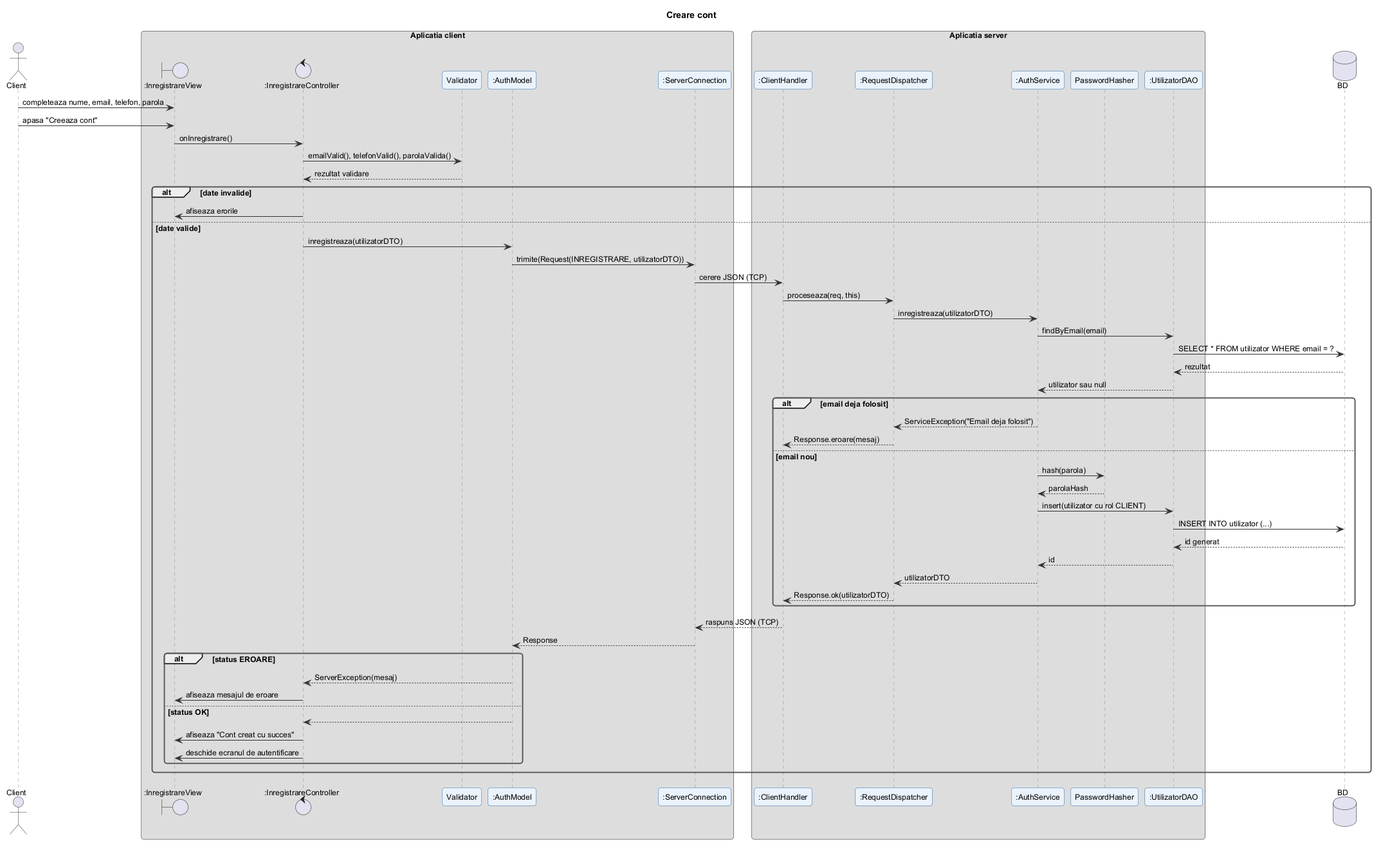
The PlantUML diagram docs/diagrame/6_secventa/creare_cont.png in filip-eanu/ProiectIS, before a commit. Source of this version:
```plantuml
@startuml creare_cont
!include ../_stil.iuml
title Creare cont

actor Client
box "Aplicatia client"
boundary ":InregistrareView" as V
control ":InregistrareController" as C
participant "Validator" as VAL
participant ":AuthModel" as M
participant ":ServerConnection" as SC
end box
box "Aplicatia server"
participant ":ClientHandler" as CH
participant ":RequestDispatcher" as RD
participant ":AuthService" as S
participant "PasswordHasher" as PH
participant ":UtilizatorDAO" as D
end box
database "BD" as DB

Client -> V : completeaza nume, email, telefon, parola
Client -> V : apasa "Creeaza cont"
V -> C : onInregistrare()
C -> VAL : emailValid(), telefonValid(), parolaValida()
VAL --> C : rezultat validare
alt date invalide
  C -> V : afiseaza erorile
else date valide
  C -> M : inregistreaza(utilizatorDTO)
  M -> SC : trimite(Request(INREGISTRARE, utilizatorDTO))
  SC -> CH : cerere JSON (TCP)
  CH -> RD : proceseaza(req, this)
  RD -> S : inregistreaza(utilizatorDTO)
  S -> D : findByEmail(email)
  D -> DB : SELECT * FROM utilizator WHERE email = ?
  DB --> D : rezultat
  D --> S : utilizator sau null
  alt email deja folosit
    S --> RD : ServiceException("Email deja folosit")
    RD --> CH : Response.eroare(mesaj)
  else email nou
    S -> PH : hash(parola)
    PH --> S : parolaHash
    S -> D : insert(utilizator cu rol CLIENT)
    D -> DB : INSERT INTO utilizator (...)
    DB --> D : id generat
    D --> S : id
    S --> RD : utilizatorDTO
    RD --> CH : Response.ok(utilizatorDTO)
  end
  CH --> SC : raspuns JSON (TCP)
  SC --> M : Response
  alt status EROARE
    M --> C : ServerException(mesaj)
    C -> V : afiseaza mesajul de eroare
  else status OK
    M --> C
    C -> V : afiseaza "Cont creat cu succes"
    C -> V : deschide ecranul de autentificare
  end
end
@enduml
```
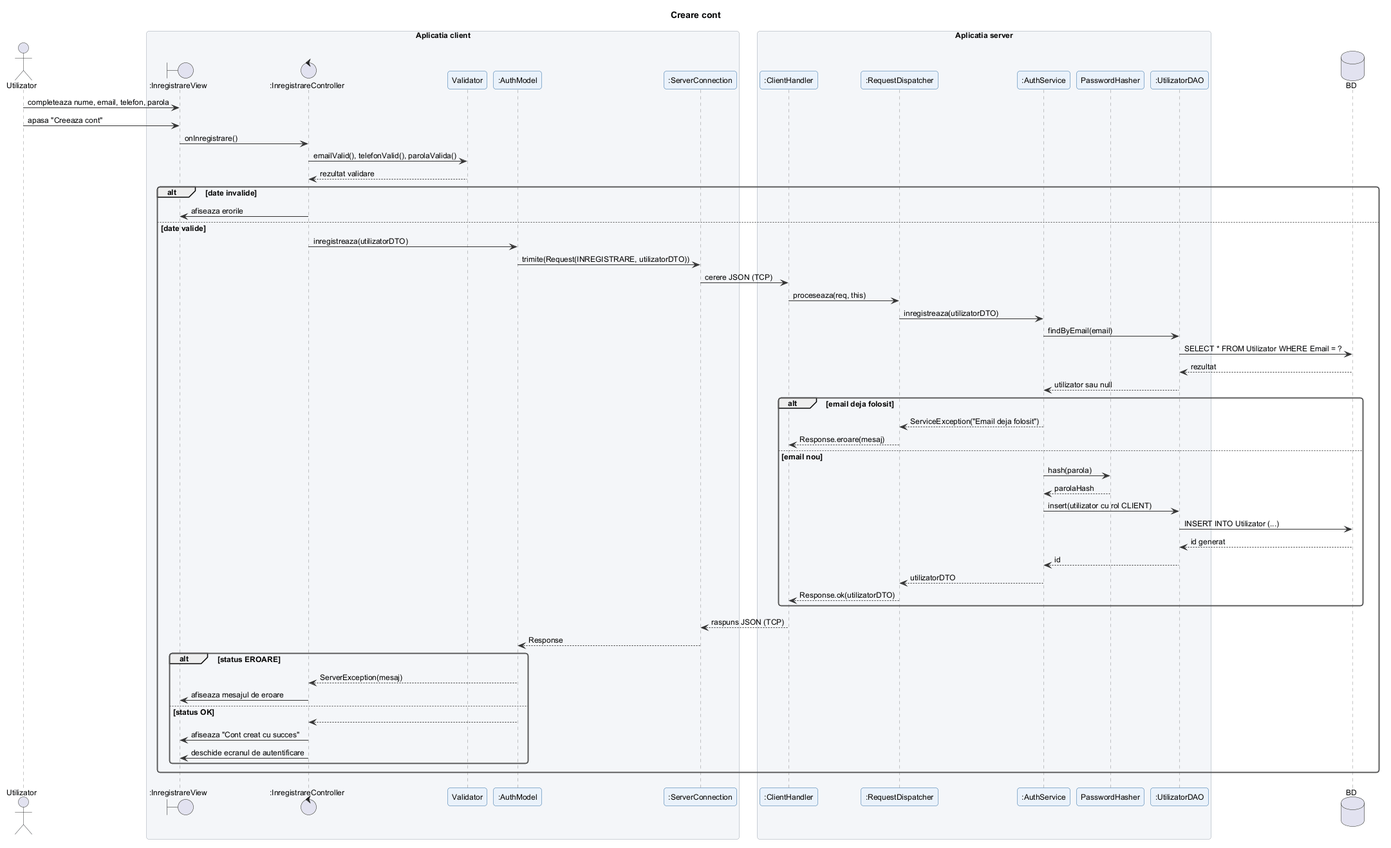
Above is the later version.

Change to the diagram source:
```diff
@@ -2,7 +2,7 @@
 !include ../_stil.iuml
 title Creare cont
 
-actor Client
+actor Utilizator
 box "Aplicatia client"
 boundary ":InregistrareView" as V
 control ":InregistrareController" as C
@@ -19,8 +19,8 @@
 end box
 database "BD" as DB
 
-Client -> V : completeaza nume, email, telefon, parola
-Client -> V : apasa "Creeaza cont"
+Utilizator -> V : completeaza nume, email, telefon, parola
+Utilizator -> V : apasa "Creeaza cont"
 V -> C : onInregistrare()
 C -> VAL : emailValid(), telefonValid(), parolaValida()
 VAL --> C : rezultat validare
@@ -33,7 +33,7 @@
   CH -> RD : proceseaza(req, this)
   RD -> S : inregistreaza(utilizatorDTO)
   S -> D : findByEmail(email)
-  D -> DB : SELECT * FROM utilizator WHERE email = ?
+  D -> DB : SELECT * FROM Utilizator WHERE Email = ?
   DB --> D : rezultat
   D --> S : utilizator sau null
   alt email deja folosit
@@ -43,7 +43,7 @@
     S -> PH : hash(parola)
     PH --> S : parolaHash
     S -> D : insert(utilizator cu rol CLIENT)
-    D -> DB : INSERT INTO utilizator (...)
+    D -> DB : INSERT INTO Utilizator (...)
     DB --> D : id generat
     D --> S : id
     S --> RD : utilizatorDTO
```
